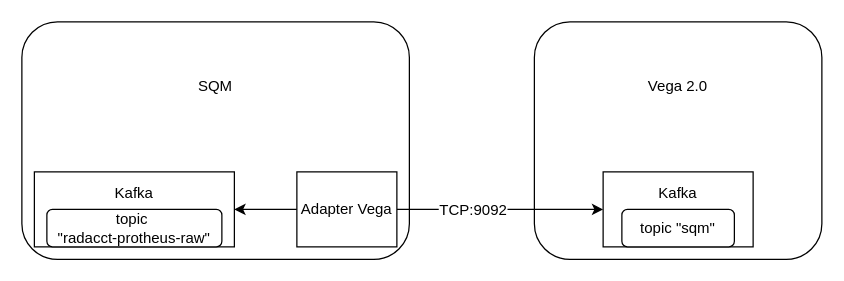
The draw.io diagram vega.drawio in qqmax7/test, before the edit. Source tidied: cells renumbered, new cells numbered last; positions are measured from the earlier drawing's top-left corner, leaving out a move shared by most shapes. Both pictures are drawn from the tidied source at 125%, with x=0, y=0 at pixel (21, 21).
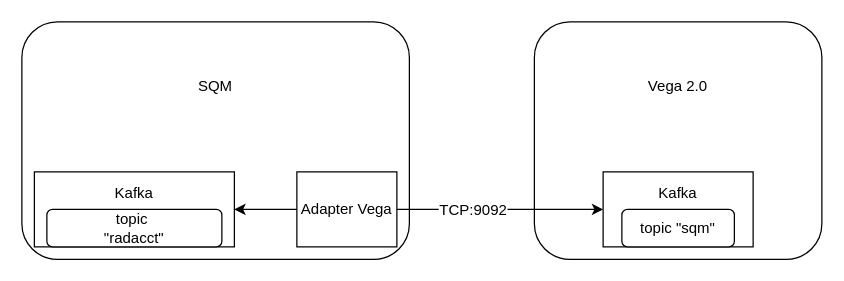
The same diagram, later.

Diff of the diagram source:
```diff
@@
 <mxGraphModel>
   <root>
     <mxCell id="0" />
     <mxCell id="1" parent="0" />
     <mxCell id="2" value="&lt;div style=&quot;margin-top: -90px;&quot; align=&quot;center&quot;&gt;Vega 2.0&lt;/div&gt;" style="rounded=1;whiteSpace=wrap;html=1;align=center;" parent="1" vertex="1">
       <mxGeometry x="410" width="230" height="190" as="geometry" />
     </mxCell>
     <mxCell id="3" value="&lt;div align=&quot;center&quot; style=&quot;padding-top: 0px; padding-right: 0px; margin-top: -30px;&quot;&gt;Kafka&lt;/div&gt;" style="rounded=0;whiteSpace=wrap;html=1;align=center;shadow=0;imageVerticalAlign=top;imageAspect=0;imageAlign=center;overflow=visible;" parent="1" vertex="1">
       <mxGeometry x="465" y="120" width="120" height="60" as="geometry" />
     </mxCell>
     <mxCell id="4" value="topic &quot;sqm&quot;" style="rounded=1;whiteSpace=wrap;html=1;shadow=0;strokeColor=default;align=center;verticalAlign=middle;fontFamily=Helvetica;fontSize=12;fontColor=default;fillColor=default;" parent="1" vertex="1">
       <mxGeometry x="480" y="150" width="90" height="30" as="geometry" />
     </mxCell>
     <mxCell id="5" value="&lt;div style=&quot;margin-top: -90px;&quot; align=&quot;center&quot;&gt;SQM&lt;/div&gt;" style="rounded=1;whiteSpace=wrap;html=1;align=center;" parent="1" vertex="1">
       <mxGeometry width="310" height="190" as="geometry" />
     </mxCell>
     <mxCell id="6" style="edgeStyle=orthogonalEdgeStyle;rounded=0;jettySize=auto;html=1;entryX=0;entryY=0.5;entryDx=0;entryDy=0;fontFamily=Helvetica;fontSize=12;fontColor=default;" parent="1" edge="1" source="9" target="3">
       <mxGeometry relative="1" as="geometry" />
     </mxCell>
     <mxCell id="7" value="TCP:9092" style="edgeLabel;html=1;align=center;verticalAlign=middle;rounded=0;shadow=0;strokeColor=default;fontFamily=Helvetica;fontSize=12;fontColor=default;fillColor=default;" parent="6" vertex="1">
       <mxGeometry x="-0.08" y="-2" relative="1" as="geometry">
         <mxPoint x="-16" y="-2" as="offset" />
       </mxGeometry>
     </mxCell>
     <mxCell id="8" style="edgeStyle=orthogonalEdgeStyle;rounded=0;jettySize=auto;html=1;entryX=1;entryY=0.5;entryDx=0;entryDy=0;fontFamily=Helvetica;fontSize=12;fontColor=default;" parent="1" edge="1" source="9" target="10">
       <mxGeometry relative="1" as="geometry" />
     </mxCell>
     <mxCell id="9" value="&lt;div&gt;Adapter Vega&lt;/div&gt;" style="rounded=0;whiteSpace=wrap;html=1;align=center;shadow=0;imageVerticalAlign=top;imageAspect=0;imageAlign=center;overflow=visible;" parent="1" vertex="1">
       <mxGeometry x="220" y="120" width="80" height="60" as="geometry" />
     </mxCell>
     <mxCell id="10" value="&lt;div align=&quot;center&quot; style=&quot;padding-top: 0px; padding-right: 0px; margin-top: -30px;&quot;&gt;Kafka&lt;/div&gt;" style="rounded=0;whiteSpace=wrap;html=1;align=center;shadow=0;imageVerticalAlign=top;imageAspect=0;imageAlign=center;overflow=visible;" parent="1" vertex="1">
       <mxGeometry x="10" y="120" width="160" height="60" as="geometry" />
     </mxCell>
-    <mxCell id="11" value="&lt;div&gt;topic&amp;nbsp;&lt;/div&gt;&lt;div&gt;&quot;radacct-protheus-raw&quot;&lt;/div&gt;" style="rounded=1;whiteSpace=wrap;html=1;shadow=0;strokeColor=default;align=center;verticalAlign=middle;fontFamily=Helvetica;fontSize=12;fontColor=default;fillColor=default;" parent="1" vertex="1">
+    <mxCell id="11" value="&lt;div&gt;topic&amp;nbsp;&lt;/div&gt;&lt;div&gt;&quot;radacct&quot;&lt;/div&gt;" style="rounded=1;whiteSpace=wrap;html=1;shadow=0;strokeColor=default;align=center;verticalAlign=middle;fontFamily=Helvetica;fontSize=12;fontColor=default;fillColor=default;" parent="1" vertex="1">
       <mxGeometry x="20" y="150" width="140" height="30" as="geometry" />
     </mxCell>
   </root>
 </mxGraphModel>
```
